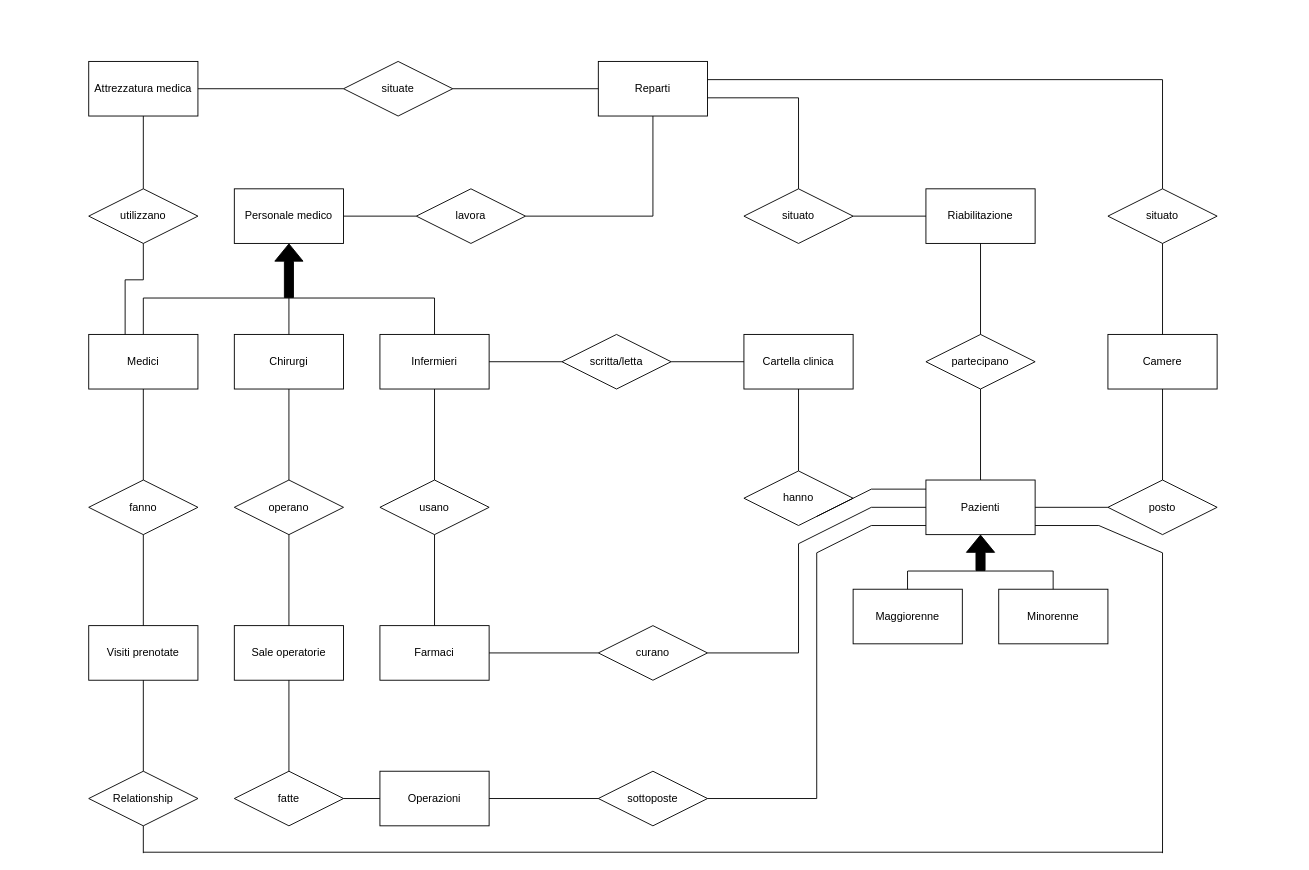
MicheleDioli/UniPD-database-project-2024 keeps this draw.io diagram as Concettuale.drawio. Above is the earlier version. Source tidied: cells renumbered, new cells numbered last; positions are measured from the earlier drawing's top-left corner, leaving out a move shared by most shapes. Both pictures are drawn from the tidied source at 91%, with x=0, y=0 at pixel (88, 61).
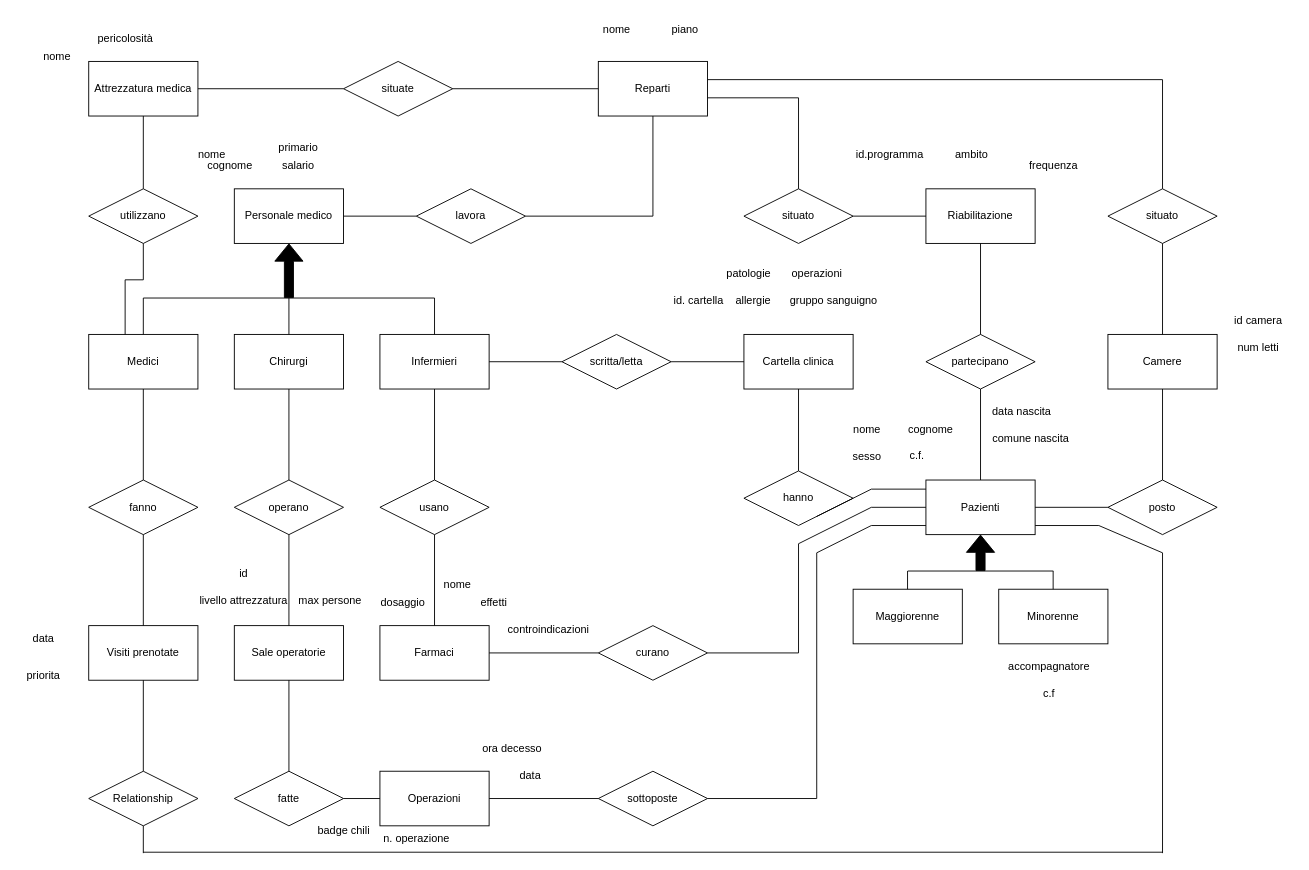
The same page after the edit.

Diff of the diagram source:
```diff
@@
+    <mxCell id="92" value="nome" style="text;html=1;align=center;verticalAlign=middle;strokeColor=none;fillColor=none;" parent="1" vertex="1">
+      <mxGeometry x="110" y="88" width="50" height="30" as="geometry" />
+    </mxCell>
+    <mxCell id="93" value="cognome" style="text;html=1;align=center;verticalAlign=middle;strokeColor=none;fillColor=none;" parent="1" vertex="1">
+      <mxGeometry x="120" y="100" width="70" height="30" as="geometry" />
+    </mxCell>
+    <mxCell id="94" value="id camera" style="text;html=1;align=center;verticalAlign=middle;strokeColor=none;fillColor=none;" parent="1" vertex="1">
+      <mxGeometry x="1245" y="270" width="80" height="30" as="geometry" />
+    </mxCell>
+    <mxCell id="95" value="num letti" style="text;html=1;align=center;verticalAlign=middle;strokeColor=none;fillColor=none;" parent="1" vertex="1">
+      <mxGeometry x="1250" y="300" width="70" height="30" as="geometry" />
+    </mxCell>
+    <mxCell id="96" value="nome" style="text;html=1;align=center;verticalAlign=middle;strokeColor=none;fillColor=none;" parent="1" vertex="1">
+      <mxGeometry x="830" y="390" width="50" height="30" as="geometry" />
+    </mxCell>
+    <mxCell id="97" value="cognome" style="text;html=1;align=center;verticalAlign=middle;strokeColor=none;fillColor=none;" parent="1" vertex="1">
+      <mxGeometry x="890" y="390" width="70" height="30" as="geometry" />
+    </mxCell>
+    <mxCell id="98" value="data nascita" style="text;html=1;align=center;verticalAlign=middle;strokeColor=none;fillColor=none;" parent="1" vertex="1">
+      <mxGeometry x="980" y="370" width="90" height="30" as="geometry" />
+    </mxCell>
+    <mxCell id="99" value="comune nascita" style="text;html=1;align=center;verticalAlign=middle;strokeColor=none;fillColor=none;" parent="1" vertex="1">
+      <mxGeometry x="980" y="400" width="110" height="30" as="geometry" />
+    </mxCell>
+    <mxCell id="100" value="sesso" style="text;html=1;align=center;verticalAlign=middle;strokeColor=none;fillColor=none;" parent="1" vertex="1">
+      <mxGeometry x="830" y="420" width="50" height="30" as="geometry" />
+    </mxCell>
+    <mxCell id="101" value="accompagnatore" style="text;html=1;align=center;verticalAlign=middle;strokeColor=none;fillColor=none;" parent="1" vertex="1">
+      <mxGeometry x="1000" y="650" width="110" height="30" as="geometry" />
+    </mxCell>
+    <mxCell id="102" value="c.f" style="text;html=1;align=center;verticalAlign=middle;strokeColor=none;fillColor=none;" parent="1" vertex="1">
+      <mxGeometry x="1035" y="680" width="40" height="30" as="geometry" />
+    </mxCell>
+    <mxCell id="103" value="c.f." style="text;html=1;align=center;verticalAlign=middle;strokeColor=none;fillColor=none;" parent="1" vertex="1">
+      <mxGeometry x="890" y="418" width="40" height="30" as="geometry" />
+    </mxCell>
+    <mxCell id="104" value="n. operazione" style="text;html=1;align=center;verticalAlign=middle;strokeColor=none;fillColor=none;" parent="1" vertex="1">
+      <mxGeometry x="310" y="839" width="100" height="30" as="geometry" />
+    </mxCell>
+    <mxCell id="105" value="badge chili" style="text;html=1;align=center;verticalAlign=middle;strokeColor=none;fillColor=none;" parent="1" vertex="1">
+      <mxGeometry x="240" y="830" width="80" height="30" as="geometry" />
+    </mxCell>
+    <mxCell id="106" value="data" style="text;html=1;align=center;verticalAlign=middle;strokeColor=none;fillColor=none;" parent="1" vertex="1">
+      <mxGeometry x="460" y="770" width="50" height="30" as="geometry" />
+    </mxCell>
+    <mxCell id="107" value="ora decesso" style="text;html=1;align=center;verticalAlign=middle;strokeColor=none;fillColor=none;" parent="1" vertex="1">
+      <mxGeometry x="420" y="740" width="90" height="30" as="geometry" />
+    </mxCell>
+    <mxCell id="108" value="nome" style="text;html=1;align=center;verticalAlign=middle;strokeColor=none;fillColor=none;" parent="1" vertex="1">
+      <mxGeometry x="380" y="560" width="50" height="30" as="geometry" />
+    </mxCell>
+    <mxCell id="109" value="effetti" style="text;html=1;align=center;verticalAlign=middle;strokeColor=none;fillColor=none;" parent="1" vertex="1">
+      <mxGeometry x="420" y="580" width="50" height="30" as="geometry" />
+    </mxCell>
+    <mxCell id="110" value="controindicazioni" style="text;html=1;align=center;verticalAlign=middle;strokeColor=none;fillColor=none;" parent="1" vertex="1">
+      <mxGeometry x="450" y="610" width="110" height="30" as="geometry" />
+    </mxCell>
+    <mxCell id="111" value="dosaggio" style="text;html=1;align=center;verticalAlign=middle;strokeColor=none;fillColor=none;" parent="1" vertex="1">
+      <mxGeometry x="310" y="580" width="70" height="30" as="geometry" />
+    </mxCell>
+    <mxCell id="112" value="primario" style="text;html=1;align=center;verticalAlign=middle;strokeColor=none;fillColor=none;" parent="1" vertex="1">
+      <mxGeometry x="195" y="80" width="70" height="30" as="geometry" />
+    </mxCell>
+    <mxCell id="113" value="salario" style="text;html=1;align=center;verticalAlign=middle;strokeColor=none;fillColor=none;" parent="1" vertex="1">
+      <mxGeometry x="200" y="100" width="60" height="30" as="geometry" />
+    </mxCell>
+    <mxCell id="114" value="nome" style="text;html=1;align=center;verticalAlign=middle;strokeColor=none;fillColor=none;" parent="1" vertex="1">
+      <mxGeometry x="-60" y="-20" width="50" height="30" as="geometry" />
+    </mxCell>
+    <mxCell id="115" value="pericolosità" style="text;html=1;align=center;verticalAlign=middle;strokeColor=none;fillColor=none;" parent="1" vertex="1">
+      <mxGeometry y="-40" width="80" height="30" as="geometry" />
+    </mxCell>
+    <mxCell id="116" value="nome" style="text;html=1;align=center;verticalAlign=middle;strokeColor=none;fillColor=none;" parent="1" vertex="1">
+      <mxGeometry x="555" y="-50" width="50" height="30" as="geometry" />
+    </mxCell>
+    <mxCell id="117" value="piano" style="text;html=1;align=center;verticalAlign=middle;strokeColor=none;fillColor=none;" parent="1" vertex="1">
+      <mxGeometry x="630" y="-50" width="50" height="30" as="geometry" />
+    </mxCell>
+    <mxCell id="118" value="id.programma" style="text;html=1;align=center;verticalAlign=middle;strokeColor=none;fillColor=none;" parent="1" vertex="1">
+      <mxGeometry x="830" y="88" width="100" height="30" as="geometry" />
+    </mxCell>
+    <mxCell id="119" value="frequenza" style="text;html=1;align=center;verticalAlign=middle;strokeColor=none;fillColor=none;" parent="1" vertex="1">
+      <mxGeometry x="1020" y="100" width="80" height="30" as="geometry" />
+    </mxCell>
+    <mxCell id="120" value="ambito" style="text;html=1;align=center;verticalAlign=middle;strokeColor=none;fillColor=none;" parent="1" vertex="1">
+      <mxGeometry x="940" y="88" width="60" height="30" as="geometry" />
+    </mxCell>
+    <mxCell id="121" value="id. cartella" style="text;html=1;align=center;verticalAlign=middle;strokeColor=none;fillColor=none;" parent="1" vertex="1">
+      <mxGeometry x="630" y="248" width="80" height="30" as="geometry" />
+    </mxCell>
+    <mxCell id="122" value="allergie" style="text;html=1;align=center;verticalAlign=middle;strokeColor=none;fillColor=none;" parent="1" vertex="1">
+      <mxGeometry x="700" y="248" width="60" height="30" as="geometry" />
+    </mxCell>
+    <mxCell id="123" value="patologie" style="text;html=1;align=center;verticalAlign=middle;strokeColor=none;fillColor=none;" parent="1" vertex="1">
+      <mxGeometry x="690" y="218" width="70" height="30" as="geometry" />
+    </mxCell>
+    <mxCell id="124" value="operazioni" style="text;html=1;align=center;verticalAlign=middle;strokeColor=none;fillColor=none;" parent="1" vertex="1">
+      <mxGeometry x="760" y="218" width="80" height="30" as="geometry" />
+    </mxCell>
+    <mxCell id="125" value="gruppo sanguigno&amp;nbsp;" style="text;html=1;align=center;verticalAlign=middle;strokeColor=none;fillColor=none;" parent="1" vertex="1">
+      <mxGeometry x="760" y="248" width="120" height="30" as="geometry" />
+    </mxCell>
+    <mxCell id="126" value="data" style="text;html=1;align=center;verticalAlign=middle;strokeColor=none;fillColor=none;" parent="1" vertex="1">
+      <mxGeometry x="-75" y="620" width="50" height="30" as="geometry" />
+    </mxCell>
+    <mxCell id="127" value="priorita" style="text;html=1;align=center;verticalAlign=middle;strokeColor=none;fillColor=none;" parent="1" vertex="1">
+      <mxGeometry x="-80" y="660" width="60" height="30" as="geometry" />
+    </mxCell>
+    <mxCell id="128" value="id" style="text;html=1;align=center;verticalAlign=middle;strokeColor=none;fillColor=none;" parent="1" vertex="1">
+      <mxGeometry x="155" y="548" width="30" height="30" as="geometry" />
+    </mxCell>
+    <mxCell id="129" value="livello attrezzatura" style="text;html=1;align=center;verticalAlign=middle;strokeColor=none;fillColor=none;" parent="1" vertex="1">
+      <mxGeometry x="110" y="578" width="120" height="30" as="geometry" />
+    </mxCell>
+    <mxCell id="130" value="max persone" style="text;html=1;align=center;verticalAlign=middle;strokeColor=none;fillColor=none;" parent="1" vertex="1">
+      <mxGeometry x="220" y="578" width="90" height="30" as="geometry" />
+    </mxCell>
```
